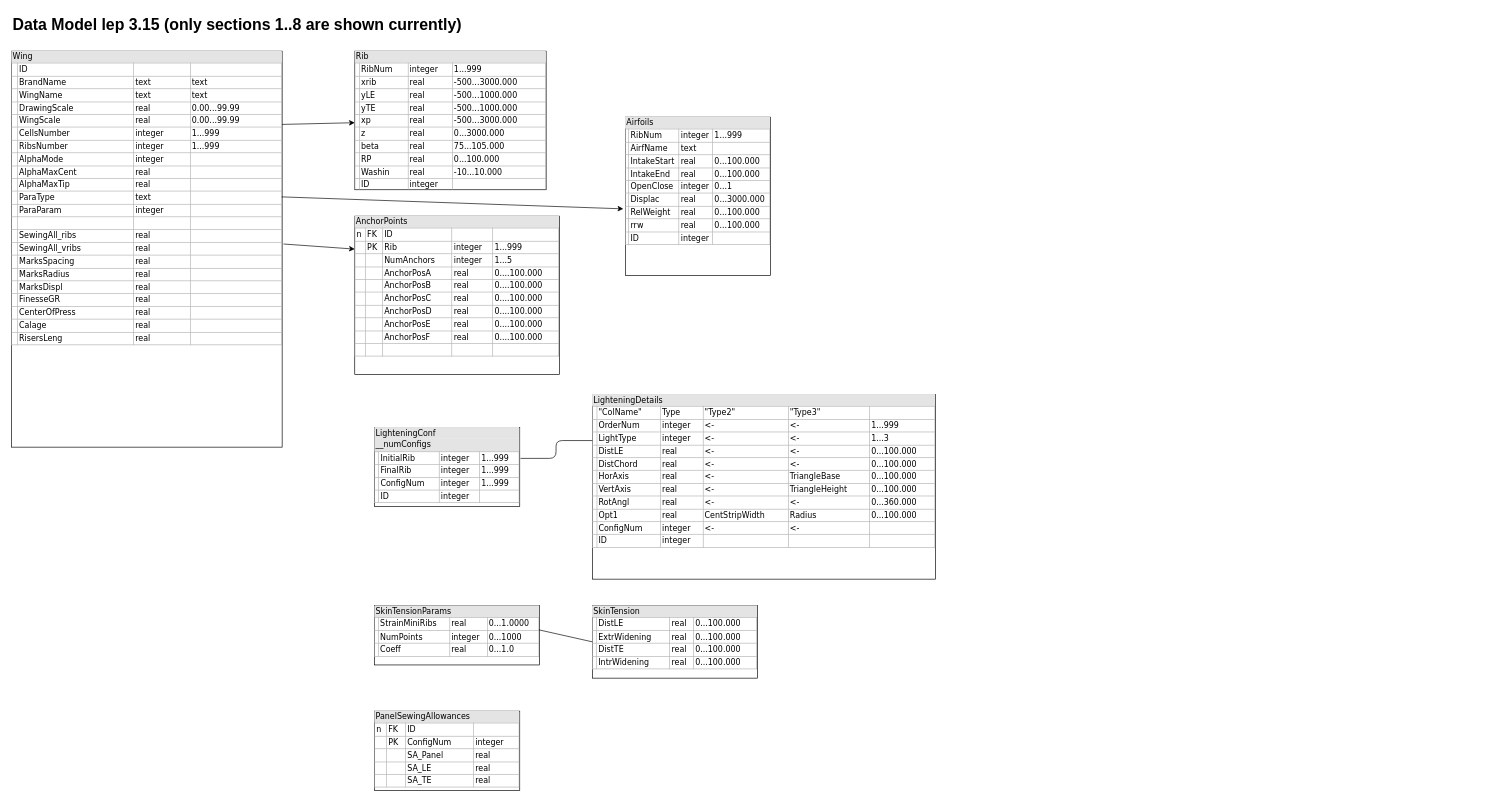
This is developerDoc/internalDatabaseModel.drawio from stefanino-ch/lepg-py, a draw.io file, before an edit. Source tidied: cells renumbered, new cells numbered last; positions are measured from the earlier drawing's top-left corner, leaving out a move shared by most shapes. Both pictures are drawn from the tidied source at 66%, with x=0, y=0 at pixel (11, 11).
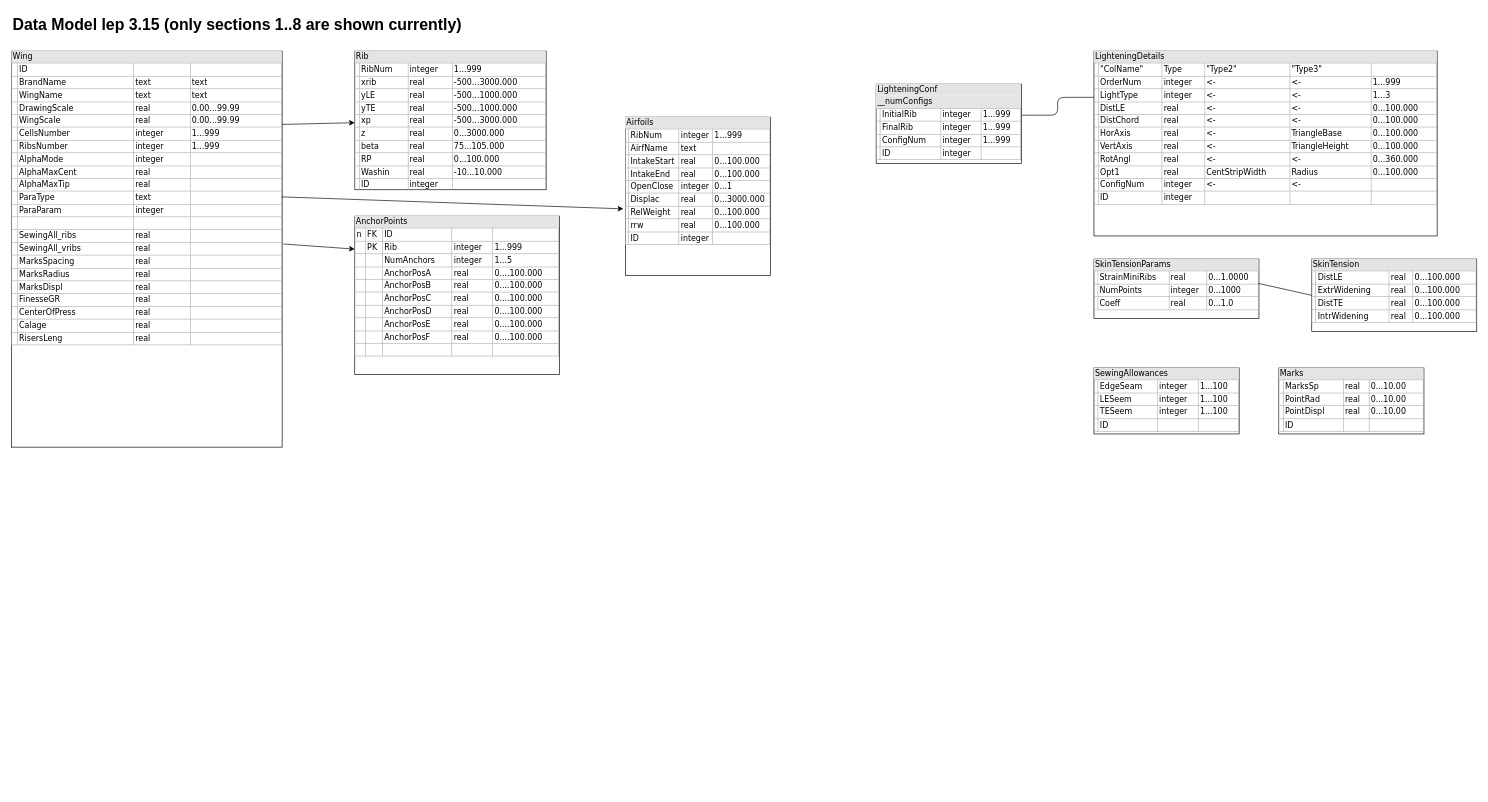
The same page after the edit.

What changed in the source:
```diff
@@
 <mxGraphModel background="#ffffff">
   <root>
     <mxCell id="0" />
     <mxCell id="1" parent="0" />
     <mxCell id="2" value="&lt;div style=&quot;box-sizing: border-box ; width: 100% ; background: #e4e4e4 ; padding: 2px&quot;&gt;Wing&lt;/div&gt;&lt;table style=&quot;width: 100% ; font-size: 1em ; border: 1px solid rgb(179 , 179 , 179) ; border-collapse: collapse&quot; cellpadding=&quot;2&quot; cellspacing=&quot;0&quot; border=&quot;1&quot;&gt;&lt;tbody&gt;&lt;tr&gt;&lt;td style=&quot;border-collapse: collapse&quot;&gt;&lt;br&gt;&lt;/td&gt;&lt;td&gt;ID&lt;/td&gt;&lt;td&gt;&lt;br&gt;&lt;/td&gt;&lt;td&gt;&lt;br&gt;&lt;/td&gt;&lt;/tr&gt;&lt;tr&gt;&lt;td style=&quot;border-collapse: collapse&quot;&gt;&lt;br&gt;&lt;/td&gt;&lt;td&gt;BrandName&lt;/td&gt;&lt;td&gt;text&lt;/td&gt;&lt;td&gt;text&lt;/td&gt;&lt;/tr&gt;&lt;tr&gt;&lt;td&gt;&lt;br&gt;&lt;/td&gt;&lt;td&gt;WingName&lt;/td&gt;&lt;td&gt;text&lt;/td&gt;&lt;td&gt;text&lt;/td&gt;&lt;/tr&gt;&lt;tr&gt;&lt;td&gt;&lt;br&gt;&lt;/td&gt;&lt;td&gt;DrawingScale&lt;/td&gt;&lt;td&gt;real&lt;/td&gt;&lt;td&gt;0.00...99.99&lt;/td&gt;&lt;/tr&gt;&lt;tr&gt;&lt;td&gt;&lt;br&gt;&lt;/td&gt;&lt;td&gt;WingScale&lt;/td&gt;&lt;td&gt;real&lt;/td&gt;&lt;td&gt;0.00...99.99&lt;/td&gt;&lt;/tr&gt;&lt;tr&gt;&lt;td&gt;&lt;br&gt;&lt;/td&gt;&lt;td&gt;CellsNumber&lt;/td&gt;&lt;td&gt;integer&lt;/td&gt;&lt;td&gt;1...999&lt;/td&gt;&lt;/tr&gt;&lt;tr&gt;&lt;td&gt;&lt;br&gt;&lt;/td&gt;&lt;td&gt;RibsNumber&lt;/td&gt;&lt;td&gt;integer&lt;/td&gt;&lt;td&gt;1...999&lt;/td&gt;&lt;/tr&gt;&lt;tr&gt;&lt;td&gt;&lt;br&gt;&lt;/td&gt;&lt;td&gt;AlphaMode&lt;/td&gt;&lt;td&gt;integer&lt;/td&gt;&lt;td&gt;&lt;br&gt;&lt;/td&gt;&lt;/tr&gt;&lt;tr&gt;&lt;td&gt;&lt;br&gt;&lt;/td&gt;&lt;td&gt;AlphaMaxCent&lt;/td&gt;&lt;td&gt;real&lt;/td&gt;&lt;td&gt;&lt;br&gt;&lt;/td&gt;&lt;/tr&gt;&lt;tr&gt;&lt;td&gt;&lt;br&gt;&lt;/td&gt;&lt;td&gt;AlphaMaxTip&lt;/td&gt;&lt;td&gt;real&lt;/td&gt;&lt;td&gt;&lt;br&gt;&lt;/td&gt;&lt;/tr&gt;&lt;tr&gt;&lt;td&gt;&lt;br&gt;&lt;/td&gt;&lt;td&gt;ParaType&lt;/td&gt;&lt;td&gt;text&lt;/td&gt;&lt;td&gt;&lt;br&gt;&lt;/td&gt;&lt;/tr&gt;&lt;tr&gt;&lt;td&gt;&lt;br&gt;&lt;/td&gt;&lt;td&gt;ParaParam&lt;/td&gt;&lt;td&gt;integer&lt;/td&gt;&lt;td&gt;&lt;br&gt;&lt;/td&gt;&lt;/tr&gt;&lt;tr&gt;&lt;td&gt;&lt;br&gt;&lt;/td&gt;&lt;td&gt;&lt;br&gt;&lt;/td&gt;&lt;td&gt;&lt;/td&gt;&lt;td&gt;&lt;/td&gt;&lt;/tr&gt;&lt;tr&gt;&lt;td&gt;&lt;br&gt;&lt;/td&gt;&lt;td&gt;SewingAll_ribs&lt;/td&gt;&lt;td&gt;real&lt;/td&gt;&lt;td&gt;&lt;br&gt;&lt;/td&gt;&lt;/tr&gt;&lt;tr&gt;&lt;td&gt;&lt;br&gt;&lt;/td&gt;&lt;td&gt;SewingAll_vribs&lt;/td&gt;&lt;td&gt;real&lt;/td&gt;&lt;td&gt;&lt;br&gt;&lt;/td&gt;&lt;/tr&gt;&lt;tr&gt;&lt;td&gt;&lt;br&gt;&lt;/td&gt;&lt;td&gt;MarksSpacing&lt;/td&gt;&lt;td&gt;real&lt;/td&gt;&lt;td&gt;&lt;br&gt;&lt;/td&gt;&lt;/tr&gt;&lt;tr&gt;&lt;td&gt;&lt;br&gt;&lt;/td&gt;&lt;td&gt;MarksRadius&lt;/td&gt;&lt;td&gt;real&lt;/td&gt;&lt;td&gt;&lt;br&gt;&lt;/td&gt;&lt;/tr&gt;&lt;tr&gt;&lt;td&gt;&lt;br&gt;&lt;/td&gt;&lt;td&gt;MarksDispl&lt;/td&gt;&lt;td&gt;real&lt;/td&gt;&lt;td&gt;&lt;br&gt;&lt;/td&gt;&lt;/tr&gt;&lt;tr&gt;&lt;td&gt;&lt;br&gt;&lt;/td&gt;&lt;td&gt;FinesseGR&lt;/td&gt;&lt;td&gt;real&lt;/td&gt;&lt;td&gt;&lt;br&gt;&lt;/td&gt;&lt;/tr&gt;&lt;tr&gt;&lt;td&gt;&lt;br&gt;&lt;/td&gt;&lt;td&gt;CenterOfPress&lt;/td&gt;&lt;td&gt;real&lt;/td&gt;&lt;td&gt;&lt;br&gt;&lt;/td&gt;&lt;/tr&gt;&lt;tr&gt;&lt;td&gt;&lt;br&gt;&lt;/td&gt;&lt;td&gt;Calage&lt;/td&gt;&lt;td&gt;real&lt;/td&gt;&lt;td&gt;&lt;br&gt;&lt;/td&gt;&lt;/tr&gt;&lt;tr&gt;&lt;td&gt;&lt;br&gt;&lt;/td&gt;&lt;td&gt;RisersLeng&lt;/td&gt;&lt;td&gt;real&lt;/td&gt;&lt;td&gt;&lt;br&gt;&lt;/td&gt;&lt;/tr&gt;&lt;/tbody&gt;&lt;/table&gt;" style="verticalAlign=top;align=left;overflow=fill;html=1;rounded=0;shadow=0;comic=0;labelBackgroundColor=none;strokeWidth=1;fontFamily=Verdana;fontSize=12;" parent="1" vertex="1">
       <mxGeometry y="60" width="410" height="600" as="geometry" />
     </mxCell>
     <mxCell id="3" value="&lt;div style=&quot;box-sizing: border-box ; width: 100% ; background: #e4e4e4 ; padding: 2px&quot;&gt;Rib&lt;/div&gt;&lt;table style=&quot;width: 100% ; font-size: 1em ; border: 1px solid rgb(179 , 179 , 179) ; border-collapse: collapse&quot; cellpadding=&quot;2&quot; cellspacing=&quot;0&quot; border=&quot;1&quot;&gt;&lt;tbody&gt;&lt;tr&gt;&lt;td&gt;&lt;br&gt;&lt;/td&gt;&lt;td&gt;RibNum&lt;/td&gt;&lt;td&gt;integer&lt;/td&gt;&lt;td&gt;1...999&lt;/td&gt;&lt;/tr&gt;&lt;tr&gt;&lt;td&gt;&lt;/td&gt;&lt;td&gt;xrib&lt;/td&gt;&lt;td&gt;real&lt;/td&gt;&lt;td&gt;-500...3000.000&lt;/td&gt;&lt;/tr&gt;&lt;tr&gt;&lt;td&gt;&lt;br&gt;&lt;/td&gt;&lt;td&gt;yLE&lt;/td&gt;&lt;td&gt;real&lt;/td&gt;&lt;td&gt;-500...1000.000&lt;/td&gt;&lt;/tr&gt;&lt;tr&gt;&lt;td&gt;&lt;br&gt;&lt;/td&gt;&lt;td&gt;yTE&lt;/td&gt;&lt;td&gt;real&lt;/td&gt;&lt;td&gt;-500...1000.000&lt;/td&gt;&lt;/tr&gt;&lt;tr&gt;&lt;td&gt;&lt;br&gt;&lt;/td&gt;&lt;td&gt;xp&lt;/td&gt;&lt;td&gt;real&lt;/td&gt;&lt;td&gt;-500...3000.000&lt;/td&gt;&lt;/tr&gt;&lt;tr&gt;&lt;td&gt;&lt;br&gt;&lt;/td&gt;&lt;td&gt;z&lt;/td&gt;&lt;td&gt;real&lt;/td&gt;&lt;td&gt;0...3000.000&lt;/td&gt;&lt;/tr&gt;&lt;tr&gt;&lt;td&gt;&lt;br&gt;&lt;/td&gt;&lt;td&gt;beta&lt;/td&gt;&lt;td&gt;real&lt;/td&gt;&lt;td&gt;75...105.000&lt;/td&gt;&lt;/tr&gt;&lt;tr&gt;&lt;td&gt;&lt;br&gt;&lt;/td&gt;&lt;td&gt;RP&lt;/td&gt;&lt;td&gt;real&lt;/td&gt;&lt;td&gt;0...100.000&lt;/td&gt;&lt;/tr&gt;&lt;tr&gt;&lt;td&gt;&lt;br&gt;&lt;/td&gt;&lt;td&gt;Washin&lt;/td&gt;&lt;td&gt;real&lt;/td&gt;&lt;td&gt;-10...10.000&lt;/td&gt;&lt;/tr&gt;&lt;tr&gt;&lt;td&gt;&lt;br&gt;&lt;/td&gt;&lt;td&gt;ID&lt;/td&gt;&lt;td&gt;integer&lt;/td&gt;&lt;td&gt;&lt;br&gt;&lt;/td&gt;&lt;/tr&gt;&lt;/tbody&gt;&lt;/table&gt;" style="verticalAlign=top;align=left;overflow=fill;html=1;rounded=0;shadow=0;comic=0;labelBackgroundColor=none;strokeWidth=1;fontFamily=Verdana;fontSize=12;" parent="1" vertex="1">
       <mxGeometry x="520" y="60" width="290" height="210" as="geometry" />
     </mxCell>
     <mxCell id="4" value="&lt;div style=&quot;box-sizing: border-box ; width: 100% ; background: #e4e4e4 ; padding: 2px&quot;&gt;Airfoils&lt;/div&gt;&lt;table style=&quot;width: 100% ; font-size: 1em ; border: 1px solid rgb(179 , 179 , 179) ; border-collapse: collapse&quot; cellpadding=&quot;2&quot; cellspacing=&quot;0&quot; border=&quot;1&quot;&gt;&lt;tbody&gt;&lt;tr&gt;&lt;td&gt;&lt;br&gt;&lt;/td&gt;&lt;td&gt;RibNum&lt;/td&gt;&lt;td&gt;integer&lt;/td&gt;&lt;td&gt;1...999&lt;/td&gt;&lt;/tr&gt;&lt;tr&gt;&lt;td&gt;&lt;br&gt;&lt;/td&gt;&lt;td&gt;AirfName&lt;/td&gt;&lt;td&gt;text&lt;/td&gt;&lt;td&gt;&lt;br&gt;&lt;/td&gt;&lt;/tr&gt;&lt;tr&gt;&lt;td&gt;&lt;br&gt;&lt;/td&gt;&lt;td&gt;IntakeStart&lt;/td&gt;&lt;td&gt;real&lt;/td&gt;&lt;td&gt;0...100.000&lt;/td&gt;&lt;/tr&gt;&lt;tr&gt;&lt;td&gt;&lt;br&gt;&lt;/td&gt;&lt;td&gt;IntakeEnd&lt;/td&gt;&lt;td&gt;real&lt;/td&gt;&lt;td&gt;0...100.000&lt;/td&gt;&lt;/tr&gt;&lt;tr&gt;&lt;td&gt;&lt;br&gt;&lt;/td&gt;&lt;td&gt;OpenClose&lt;/td&gt;&lt;td&gt;integer&lt;/td&gt;&lt;td&gt;0...1&lt;/td&gt;&lt;/tr&gt;&lt;tr&gt;&lt;td&gt;&lt;br&gt;&lt;/td&gt;&lt;td&gt;Displac&lt;/td&gt;&lt;td&gt;real&lt;/td&gt;&lt;td&gt;0...3000.000&lt;/td&gt;&lt;/tr&gt;&lt;tr&gt;&lt;td&gt;&lt;br&gt;&lt;/td&gt;&lt;td&gt;RelWeight&lt;/td&gt;&lt;td&gt;real&lt;/td&gt;&lt;td&gt;0...100.000&lt;/td&gt;&lt;/tr&gt;&lt;tr&gt;&lt;td&gt;&lt;br&gt;&lt;/td&gt;&lt;td&gt;rrw&lt;/td&gt;&lt;td&gt;real&lt;/td&gt;&lt;td&gt;0...100.000&lt;/td&gt;&lt;/tr&gt;&lt;tr&gt;&lt;td&gt;&lt;br&gt;&lt;/td&gt;&lt;td&gt;ID&lt;/td&gt;&lt;td&gt;integer&lt;/td&gt;&lt;td&gt;&lt;br&gt;&lt;/td&gt;&lt;/tr&gt;&lt;/tbody&gt;&lt;/table&gt;" style="verticalAlign=top;align=left;overflow=fill;html=1;rounded=0;shadow=0;comic=0;labelBackgroundColor=none;strokeWidth=1;fontFamily=Verdana;fontSize=12;" parent="1" vertex="1">
       <mxGeometry x="930" y="160" width="220" height="240" as="geometry" />
     </mxCell>
     <mxCell id="5" value="&lt;div style=&quot;box-sizing: border-box ; width: 100% ; background: #e4e4e4 ; padding: 2px&quot;&gt;AnchorPoints&lt;/div&gt;&lt;table style=&quot;width: 100% ; font-size: 1em ; border: 1px solid rgb(179 , 179 , 179) ; border-collapse: collapse&quot; cellpadding=&quot;2&quot; cellspacing=&quot;0&quot; border=&quot;1&quot;&gt;&lt;tbody&gt;&lt;tr&gt;&lt;td&gt;n&lt;/td&gt;&lt;td style=&quot;border-collapse: collapse&quot;&gt;FK&lt;/td&gt;&lt;td&gt;ID&lt;/td&gt;&lt;td&gt;&lt;/td&gt;&lt;td&gt;&lt;br&gt;&lt;/td&gt;&lt;/tr&gt;&lt;tr&gt;&lt;td&gt;&lt;br&gt;&lt;/td&gt;&lt;td&gt;PK&lt;/td&gt;&lt;td&gt;Rib&lt;/td&gt;&lt;td&gt;integer&lt;/td&gt;&lt;td&gt;1...999&lt;/td&gt;&lt;/tr&gt;&lt;tr&gt;&lt;td&gt;&lt;br&gt;&lt;/td&gt;&lt;td&gt;&lt;/td&gt;&lt;td&gt;NumAnchors&lt;/td&gt;&lt;td&gt;integer&lt;/td&gt;&lt;td&gt;1...5&lt;/td&gt;&lt;/tr&gt;&lt;tr&gt;&lt;td&gt;&lt;br&gt;&lt;/td&gt;&lt;td&gt;&lt;br&gt;&lt;/td&gt;&lt;td&gt;AnchorPosA&lt;/td&gt;&lt;td&gt;real&lt;/td&gt;&lt;td&gt;0....100.000&lt;/td&gt;&lt;/tr&gt;&lt;tr&gt;&lt;td&gt;&lt;br&gt;&lt;/td&gt;&lt;td&gt;&lt;br&gt;&lt;/td&gt;&lt;td&gt;AnchorPosB&lt;/td&gt;&lt;td&gt;real&lt;/td&gt;&lt;td&gt;0....100.000&lt;br&gt;&lt;/td&gt;&lt;/tr&gt;&lt;tr&gt;&lt;td&gt;&lt;br&gt;&lt;/td&gt;&lt;td&gt;&lt;br&gt;&lt;/td&gt;&lt;td&gt;AnchorPosC&lt;br&gt;&lt;/td&gt;&lt;td&gt;real&lt;/td&gt;&lt;td&gt;0....100.000&lt;br&gt;&lt;/td&gt;&lt;/tr&gt;&lt;tr&gt;&lt;td&gt;&lt;br&gt;&lt;/td&gt;&lt;td&gt;&lt;br&gt;&lt;/td&gt;&lt;td&gt;AnchorPosD&lt;br&gt;&lt;/td&gt;&lt;td&gt;real&lt;/td&gt;&lt;td&gt;0....100.000&lt;br&gt;&lt;/td&gt;&lt;/tr&gt;&lt;tr&gt;&lt;td&gt;&lt;br&gt;&lt;/td&gt;&lt;td&gt;&lt;br&gt;&lt;/td&gt;&lt;td&gt;AnchorPosE&lt;br&gt;&lt;/td&gt;&lt;td&gt;real&lt;/td&gt;&lt;td&gt;0....100.000&lt;br&gt;&lt;/td&gt;&lt;/tr&gt;&lt;tr&gt;&lt;td&gt;&lt;br&gt;&lt;/td&gt;&lt;td&gt;&lt;br&gt;&lt;/td&gt;&lt;td&gt;AnchorPosF&lt;br&gt;&lt;/td&gt;&lt;td&gt;real&lt;/td&gt;&lt;td&gt;0....100.000&lt;br&gt;&lt;/td&gt;&lt;/tr&gt;&lt;tr&gt;&lt;td&gt;&lt;br&gt;&lt;/td&gt;&lt;td&gt;&lt;br&gt;&lt;/td&gt;&lt;td&gt;&lt;br&gt;&lt;/td&gt;&lt;td&gt;&lt;br&gt;&lt;/td&gt;&lt;td&gt;&lt;br&gt;&lt;/td&gt;&lt;/tr&gt;&lt;/tbody&gt;&lt;/table&gt;" style="verticalAlign=top;align=left;overflow=fill;html=1;rounded=0;shadow=0;comic=0;labelBackgroundColor=none;strokeWidth=1;fontFamily=Verdana;fontSize=12;" parent="1" vertex="1">
       <mxGeometry x="520" y="310" width="310" height="240" as="geometry" />
     </mxCell>
     <mxCell id="6" value="&lt;div style=&quot;box-sizing: border-box ; width: 100% ; background: #e4e4e4 ; padding: 2px&quot;&gt;LighteningConf&lt;/div&gt;&lt;div style=&quot;box-sizing: border-box ; width: 100% ; background: #e4e4e4 ; padding: 2px&quot;&gt;__numConfigs&lt;/div&gt;&lt;table style=&quot;width: 100% ; font-size: 1em ; border: 1px solid rgb(179 , 179 , 179) ; border-collapse: collapse&quot; cellpadding=&quot;2&quot; cellspacing=&quot;0&quot; border=&quot;1&quot;&gt;&lt;tbody&gt;&lt;tr&gt;&lt;td&gt;&lt;br&gt;&lt;/td&gt;&lt;td&gt;InitialRib&lt;/td&gt;&lt;td&gt;integer&lt;/td&gt;&lt;td&gt;1...999&lt;/td&gt;&lt;/tr&gt;&lt;tr&gt;&lt;td&gt;&lt;br&gt;&lt;/td&gt;&lt;td&gt;FinalRib&lt;/td&gt;&lt;td&gt;integer&lt;/td&gt;&lt;td&gt;1...999&lt;/td&gt;&lt;/tr&gt;&lt;tr&gt;&lt;td&gt;&lt;br&gt;&lt;/td&gt;&lt;td&gt;ConfigNum&lt;br&gt;&lt;/td&gt;&lt;td&gt;integer&lt;br&gt;&lt;/td&gt;&lt;td&gt;1...999&lt;br&gt;&lt;/td&gt;&lt;/tr&gt;&lt;tr&gt;&lt;td&gt;&lt;br&gt;&lt;/td&gt;&lt;td&gt;ID&lt;/td&gt;&lt;td&gt;integer&lt;/td&gt;&lt;td&gt;&lt;br&gt;&lt;/td&gt;&lt;/tr&gt;&lt;/tbody&gt;&lt;/table&gt;" style="verticalAlign=top;align=left;overflow=fill;html=1;rounded=0;shadow=0;comic=0;labelBackgroundColor=none;strokeWidth=1;fontFamily=Verdana;fontSize=12;" parent="1" vertex="1">
-      <mxGeometry x="550" y="630" width="220" height="120" as="geometry" />
+      <mxGeometry x="1310" y="110" width="220" height="120" as="geometry" />
     </mxCell>
     <mxCell id="7" value="&lt;div style=&quot;box-sizing: border-box ; width: 100% ; background: #e4e4e4 ; padding: 2px&quot;&gt;LighteningDetails&lt;/div&gt;&lt;table style=&quot;width: 100% ; font-size: 1em ; border: 1px solid rgb(179 , 179 , 179) ; border-collapse: collapse&quot; cellpadding=&quot;2&quot; cellspacing=&quot;0&quot; border=&quot;1&quot;&gt;&lt;tbody&gt;&lt;tr&gt;&lt;td&gt;&lt;br&gt;&lt;/td&gt;&lt;td&gt;&quot;ColName&quot;&lt;/td&gt;&lt;td&gt;Type&lt;/td&gt;&lt;td&gt;&quot;Type2&quot;&lt;/td&gt;&lt;td&gt;&quot;Type3&quot;&lt;/td&gt;&lt;td&gt;&lt;br&gt;&lt;/td&gt;&lt;/tr&gt;&lt;tr&gt;&lt;td&gt;&lt;br&gt;&lt;/td&gt;&lt;td&gt;OrderNum&lt;br&gt;&lt;/td&gt;&lt;td&gt;integer&lt;/td&gt;&lt;td&gt;&amp;lt;-&lt;br&gt;&lt;/td&gt;&lt;td&gt;&amp;lt;-&lt;br&gt;&lt;/td&gt;&lt;td&gt;1...999&lt;/td&gt;&lt;/tr&gt;&lt;tr&gt;&lt;td&gt;&lt;br&gt;&lt;/td&gt;&lt;td&gt;LightType&lt;br&gt;&lt;/td&gt;&lt;td&gt;integer&lt;/td&gt;&lt;td&gt;&amp;lt;-&lt;br&gt;&lt;/td&gt;&lt;td&gt;&amp;lt;-&lt;br&gt;&lt;/td&gt;&lt;td&gt;1...3&lt;/td&gt;&lt;/tr&gt;&lt;tr&gt;&lt;td&gt;&lt;br&gt;&lt;/td&gt;&lt;td&gt;DistLE&lt;br&gt;&lt;/td&gt;&lt;td&gt;real&lt;/td&gt;&lt;td&gt;&amp;lt;-&lt;br&gt;&lt;/td&gt;&lt;td&gt;&amp;lt;-&lt;br&gt;&lt;/td&gt;&lt;td&gt;0...100.000&lt;/td&gt;&lt;/tr&gt;&lt;tr&gt;&lt;td&gt;&lt;br&gt;&lt;/td&gt;&lt;td&gt;DistChord&lt;br&gt;&lt;/td&gt;&lt;td&gt;real&lt;/td&gt;&lt;td&gt;&amp;lt;-&lt;br&gt;&lt;/td&gt;&lt;td&gt;&amp;lt;-&lt;br&gt;&lt;/td&gt;&lt;td&gt;0...100.000&lt;br&gt;&lt;/td&gt;&lt;/tr&gt;&lt;tr&gt;&lt;td&gt;&lt;br&gt;&lt;/td&gt;&lt;td&gt;HorAxis&lt;br&gt;&lt;/td&gt;&lt;td&gt;real&lt;/td&gt;&lt;td&gt;&amp;lt;-&lt;br&gt;&lt;/td&gt;&lt;td&gt;TriangleBase&lt;/td&gt;&lt;td&gt;0...100.000&lt;br&gt;&lt;/td&gt;&lt;/tr&gt;&lt;tr&gt;&lt;td&gt;&lt;br&gt;&lt;/td&gt;&lt;td&gt;VertAxis&lt;br&gt;&lt;/td&gt;&lt;td&gt;real&lt;/td&gt;&lt;td&gt;&amp;lt;-&lt;br&gt;&lt;/td&gt;&lt;td&gt;TriangleHeight&lt;/td&gt;&lt;td&gt;0...100.000&lt;br&gt;&lt;/td&gt;&lt;/tr&gt;&lt;tr&gt;&lt;td&gt;&lt;br&gt;&lt;/td&gt;&lt;td&gt;RotAngl&lt;br&gt;&lt;/td&gt;&lt;td&gt;real&lt;br&gt;&lt;/td&gt;&lt;td&gt;&amp;lt;-&lt;br&gt;&lt;/td&gt;&lt;td&gt;&amp;lt;-&lt;br&gt;&lt;/td&gt;&lt;td&gt;0...360.000&lt;/td&gt;&lt;/tr&gt;&lt;tr&gt;&lt;td&gt;&lt;br&gt;&lt;/td&gt;&lt;td&gt;Opt1&lt;/td&gt;&lt;td&gt;real&lt;br&gt;&lt;/td&gt;&lt;td&gt;CentStripWidth&lt;/td&gt;&lt;td&gt;Radius&lt;/td&gt;&lt;td&gt;0...100.000&lt;br&gt;&lt;/td&gt;&lt;/tr&gt;&lt;tr&gt;&lt;td&gt;&lt;br&gt;&lt;/td&gt;&lt;td&gt;ConfigNum&lt;br&gt;&lt;/td&gt;&lt;td&gt;integer&lt;br&gt;&lt;/td&gt;&lt;td&gt;&amp;lt;-&lt;/td&gt;&lt;td&gt;&amp;lt;-&lt;/td&gt;&lt;td&gt;&lt;br&gt;&lt;/td&gt;&lt;/tr&gt;&lt;tr&gt;&lt;td&gt;&lt;br&gt;&lt;/td&gt;&lt;td&gt;ID&lt;/td&gt;&lt;td&gt;integer&lt;/td&gt;&lt;td&gt;&lt;br&gt;&lt;/td&gt;&lt;td&gt;&lt;br&gt;&lt;/td&gt;&lt;td&gt;&lt;br&gt;&lt;/td&gt;&lt;/tr&gt;&lt;/tbody&gt;&lt;/table&gt;" style="verticalAlign=top;align=left;overflow=fill;html=1;rounded=0;shadow=0;comic=0;labelBackgroundColor=none;strokeWidth=1;fontFamily=Verdana;fontSize=12;" parent="1" vertex="1">
-      <mxGeometry x="880" y="580" width="520" height="280" as="geometry" />
+      <mxGeometry x="1640" y="60" width="520" height="280" as="geometry" />
     </mxCell>
     <mxCell id="8" style="edgeStyle=orthogonalEdgeStyle;rounded=1;jettySize=auto;html=1;exitX=1.005;exitY=0.392;exitDx=0;exitDy=0;entryX=0;entryY=0.25;entryDx=0;entryDy=0;endArrow=none;endFill=0;exitPerimeter=0;" parent="1" edge="1" source="6" target="7">
       <mxGeometry relative="1" as="geometry" />
     </mxCell>
     <mxCell id="9" value="&lt;div style=&quot;box-sizing: border-box ; width: 100% ; background: #e4e4e4 ; padding: 2px&quot;&gt;SkinTension&lt;/div&gt;&lt;table style=&quot;width: 100% ; font-size: 1em ; border: 1px solid rgb(179 , 179 , 179) ; border-collapse: collapse&quot; cellpadding=&quot;2&quot; cellspacing=&quot;0&quot; border=&quot;1&quot;&gt;&lt;tbody&gt;&lt;tr&gt;&lt;td&gt;&lt;br&gt;&lt;/td&gt;&lt;td&gt;DistLE&lt;/td&gt;&lt;td&gt;real&lt;/td&gt;&lt;td&gt;0...100.000&lt;/td&gt;&lt;/tr&gt;&lt;tr&gt;&lt;td&gt;&lt;br&gt;&lt;/td&gt;&lt;td&gt;ExtrWidening&lt;/td&gt;&lt;td&gt;real&lt;/td&gt;&lt;td&gt;0...100.000&lt;br&gt;&lt;/td&gt;&lt;/tr&gt;&lt;tr&gt;&lt;td&gt;&lt;br&gt;&lt;/td&gt;&lt;td&gt;DistTE&lt;/td&gt;&lt;td&gt;real&lt;/td&gt;&lt;td&gt;0...100.000&lt;br&gt;&lt;/td&gt;&lt;/tr&gt;&lt;tr&gt;&lt;td&gt;&lt;br&gt;&lt;/td&gt;&lt;td&gt;IntrWidening&lt;/td&gt;&lt;td&gt;real&lt;/td&gt;&lt;td&gt;0...100.000&lt;br&gt;&lt;/td&gt;&lt;/tr&gt;&lt;/tbody&gt;&lt;/table&gt;" style="verticalAlign=top;align=left;overflow=fill;html=1;rounded=0;shadow=0;comic=0;labelBackgroundColor=none;strokeWidth=1;fontFamily=Verdana;fontSize=12;" parent="1" vertex="1">
-      <mxGeometry x="880" y="900" width="250" height="110" as="geometry" />
+      <mxGeometry x="1970" y="375" width="250" height="110" as="geometry" />
     </mxCell>
-    <mxCell id="10" value="&lt;div style=&quot;box-sizing: border-box ; width: 100% ; background: #e4e4e4 ; padding: 2px&quot;&gt;PanelSewingAllowances&lt;/div&gt;&lt;table style=&quot;width: 100% ; font-size: 1em ; border: 1px solid rgb(179 , 179 , 179) ; border-collapse: collapse&quot; cellpadding=&quot;2&quot; cellspacing=&quot;0&quot; border=&quot;1&quot;&gt;&lt;tbody&gt;&lt;tr&gt;&lt;td&gt;n&lt;/td&gt;&lt;td style=&quot;border-collapse: collapse&quot;&gt;FK&lt;/td&gt;&lt;td&gt;ID&lt;/td&gt;&lt;td&gt;&lt;/td&gt;&lt;/tr&gt;&lt;tr&gt;&lt;td&gt;&lt;br&gt;&lt;/td&gt;&lt;td&gt;PK&lt;/td&gt;&lt;td&gt;ConfigNum&lt;/td&gt;&lt;td&gt;integer&lt;/td&gt;&lt;/tr&gt;&lt;tr&gt;&lt;td&gt;&lt;br&gt;&lt;/td&gt;&lt;td&gt;&lt;br&gt;&lt;/td&gt;&lt;td&gt;SA_Panel&lt;/td&gt;&lt;td&gt;real&lt;/td&gt;&lt;/tr&gt;&lt;tr&gt;&lt;td&gt;&lt;br&gt;&lt;/td&gt;&lt;td&gt;&lt;/td&gt;&lt;td&gt;SA_LE&lt;/td&gt;&lt;td&gt;real&lt;/td&gt;&lt;/tr&gt;&lt;tr&gt;&lt;td&gt;&lt;br&gt;&lt;/td&gt;&lt;td&gt;&lt;br&gt;&lt;/td&gt;&lt;td&gt;SA_TE&lt;/td&gt;&lt;td&gt;real&lt;/td&gt;&lt;/tr&gt;&lt;/tbody&gt;&lt;/table&gt;" style="verticalAlign=top;align=left;overflow=fill;html=1;rounded=0;shadow=0;comic=0;labelBackgroundColor=none;strokeWidth=1;fontFamily=Verdana;fontSize=12;" parent="1" vertex="1">
-      <mxGeometry x="550" y="1060" width="220" height="120" as="geometry" />
+    <mxCell id="10" value="&lt;div style=&quot;box-sizing: border-box ; width: 100% ; background: #e4e4e4 ; padding: 2px&quot;&gt;SewingAllowances&lt;/div&gt;&lt;table style=&quot;width: 100% ; font-size: 1em ; border: 1px solid rgb(179 , 179 , 179) ; border-collapse: collapse&quot; cellpadding=&quot;2&quot; cellspacing=&quot;0&quot; border=&quot;1&quot;&gt;&lt;tbody&gt;&lt;tr&gt;&lt;td&gt;&lt;br&gt;&lt;/td&gt;&lt;td&gt;EdgeSeam&lt;/td&gt;&lt;td&gt;integer&lt;/td&gt;&lt;td&gt;1...100&lt;/td&gt;&lt;/tr&gt;&lt;tr&gt;&lt;td&gt;&lt;br&gt;&lt;/td&gt;&lt;td&gt;LESeem&lt;/td&gt;&lt;td&gt;integer&lt;/td&gt;&lt;td&gt;1...100&lt;br&gt;&lt;/td&gt;&lt;/tr&gt;&lt;tr&gt;&lt;td&gt;&lt;br&gt;&lt;/td&gt;&lt;td&gt;TESeem&lt;/td&gt;&lt;td&gt;integer&lt;/td&gt;&lt;td&gt;1...100&lt;br&gt;&lt;/td&gt;&lt;/tr&gt;&lt;tr&gt;&lt;td&gt;&lt;br&gt;&lt;/td&gt;&lt;td&gt;ID&lt;/td&gt;&lt;td&gt;&lt;br&gt;&lt;/td&gt;&lt;td&gt;&lt;br&gt;&lt;/td&gt;&lt;/tr&gt;&lt;/tbody&gt;&lt;/table&gt;" style="verticalAlign=top;align=left;overflow=fill;html=1;rounded=0;shadow=0;comic=0;labelBackgroundColor=none;strokeWidth=1;fontFamily=Verdana;fontSize=12;" parent="1" vertex="1">
+      <mxGeometry x="1640" y="540" width="220" height="100" as="geometry" />
     </mxCell>
     <mxCell id="11" value="Data Model lep 3.15 (only sections 1..8 are shown currently)" style="text;strokeColor=none;fillColor=none;html=1;fontSize=24;fontStyle=1;verticalAlign=middle;align=left;" parent="1" vertex="1">
       <mxGeometry width="790" height="40" as="geometry" />
     </mxCell>
     <mxCell id="12" style="endArrow=classic;html=1;exitX=1.005;exitY=0.487;exitDx=0;exitDy=0;exitPerimeter=0;entryX=0;entryY=0.208;entryDx=0;entryDy=0;entryPerimeter=0;" parent="1" edge="1" source="2" target="5">
       <mxGeometry relative="1" as="geometry" />
     </mxCell>
     <mxCell id="13" style="endArrow=classic;html=1;exitX=1;exitY=0.185;exitDx=0;exitDy=0;exitPerimeter=0;" parent="1" edge="1" source="2" target="3">
       <mxGeometry relative="1" as="geometry" />
     </mxCell>
     <mxCell id="14" style="endArrow=classic;html=1;exitX=0.998;exitY=0.368;exitDx=0;exitDy=0;exitPerimeter=0;entryX=-0.014;entryY=0.579;entryDx=0;entryDy=0;entryPerimeter=0;" parent="1" edge="1" source="2" target="4">
       <mxGeometry relative="1" as="geometry" />
     </mxCell>
     <mxCell id="15" value="&lt;div style=&quot;box-sizing: border-box ; width: 100% ; background: #e4e4e4 ; padding: 2px&quot;&gt;SkinTensionParams&lt;/div&gt;&lt;table style=&quot;width: 100% ; font-size: 1em ; border: 1px solid rgb(179 , 179 , 179) ; border-collapse: collapse&quot; cellpadding=&quot;2&quot; cellspacing=&quot;0&quot; border=&quot;1&quot;&gt;&lt;tbody&gt;&lt;tr&gt;&lt;td&gt;&lt;br&gt;&lt;/td&gt;&lt;td&gt;StrainMiniRibs&lt;/td&gt;&lt;td&gt;real&lt;/td&gt;&lt;td&gt;0...1.0000&lt;/td&gt;&lt;/tr&gt;&lt;tr&gt;&lt;td&gt;&lt;br&gt;&lt;/td&gt;&lt;td&gt;NumPoints&lt;/td&gt;&lt;td&gt;integer&lt;/td&gt;&lt;td&gt;0...1000&lt;br&gt;&lt;/td&gt;&lt;/tr&gt;&lt;tr&gt;&lt;td&gt;&lt;br&gt;&lt;/td&gt;&lt;td&gt;Coeff&lt;/td&gt;&lt;td&gt;real&lt;/td&gt;&lt;td&gt;0...1.0&lt;br&gt;&lt;/td&gt;&lt;/tr&gt;&lt;/tbody&gt;&lt;/table&gt;" style="verticalAlign=top;align=left;overflow=fill;html=1;rounded=0;shadow=0;comic=0;labelBackgroundColor=none;strokeWidth=1;fontFamily=Verdana;fontSize=12;" parent="1" vertex="1">
-      <mxGeometry x="550" y="900" width="250" height="90" as="geometry" />
+      <mxGeometry x="1640" y="375" width="250" height="90" as="geometry" />
     </mxCell>
     <mxCell id="16" style="endArrow=none;html=1;entryX=0;entryY=0.5;entryDx=0;entryDy=0;exitX=0.996;exitY=0.409;exitDx=0;exitDy=0;exitPerimeter=0;" parent="1" edge="1" source="15" target="9">
       <mxGeometry relative="1" as="geometry" />
     </mxCell>
+    <mxCell id="17" value="&lt;div style=&quot;box-sizing: border-box ; width: 100% ; background: #e4e4e4 ; padding: 2px&quot;&gt;Marks&lt;/div&gt;&lt;table style=&quot;width: 100% ; font-size: 1em ; border: 1px solid rgb(179 , 179 , 179) ; border-collapse: collapse&quot; cellpadding=&quot;2&quot; cellspacing=&quot;0&quot; border=&quot;1&quot;&gt;&lt;tbody&gt;&lt;tr&gt;&lt;td&gt;&lt;br&gt;&lt;/td&gt;&lt;td&gt;MarksSp&lt;/td&gt;&lt;td&gt;real&lt;br&gt;&lt;/td&gt;&lt;td&gt;0...10.00&lt;/td&gt;&lt;/tr&gt;&lt;tr&gt;&lt;td&gt;&lt;br&gt;&lt;/td&gt;&lt;td&gt;PointRad&lt;/td&gt;&lt;td&gt;real&lt;br&gt;&lt;/td&gt;&lt;td&gt;0...10.00&lt;br&gt;&lt;/td&gt;&lt;/tr&gt;&lt;tr&gt;&lt;td&gt;&lt;br&gt;&lt;/td&gt;&lt;td&gt;PointDispl&lt;/td&gt;&lt;td&gt;real&lt;br&gt;&lt;/td&gt;&lt;td&gt;0...10.00&lt;br&gt;&lt;/td&gt;&lt;/tr&gt;&lt;tr&gt;&lt;td&gt;&lt;br&gt;&lt;/td&gt;&lt;td&gt;ID&lt;/td&gt;&lt;td&gt;&lt;br&gt;&lt;/td&gt;&lt;td&gt;&lt;br&gt;&lt;/td&gt;&lt;/tr&gt;&lt;/tbody&gt;&lt;/table&gt;" style="verticalAlign=top;align=left;overflow=fill;html=1;rounded=0;shadow=0;comic=0;labelBackgroundColor=none;strokeWidth=1;fontFamily=Verdana;fontSize=12;" parent="1" vertex="1">
+      <mxGeometry x="1920" y="540" width="220" height="100" as="geometry" />
+    </mxCell>
   </root>
 </mxGraphModel>
```
